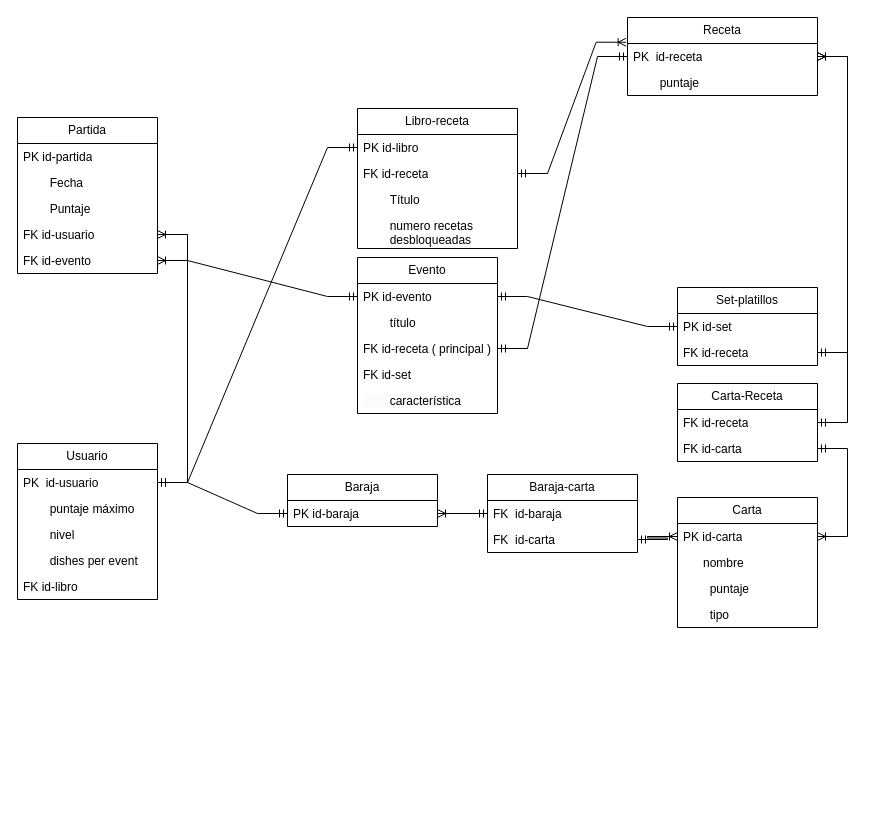
The draw.io diagram Game_DB/EntidadRelación.drawio in Emilio-Ramirez/GAME_TEAM, before the edit. Source tidied: cells renumbered, new cells numbered last; positions are measured from the earlier drawing's top-left corner, leaving out a move shared by most shapes. Both pictures are drawn from the tidied source at 100%, with x=0, y=0 at pixel (17, 17).
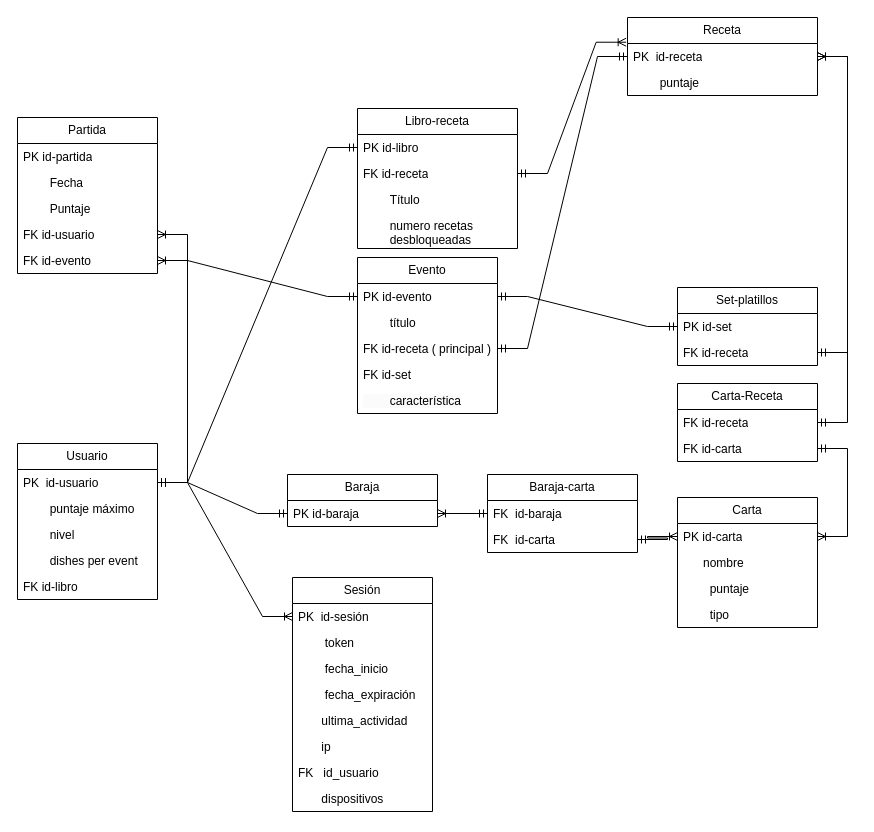
The same page after the edit.

Commit message:
Tabla sesion añadida

Unchanged cells that the change refers to:
```xml
<mxCell id="3" value="PK&amp;nbsp; id-usuario" style="text;strokeColor=none;fillColor=none;align=left;verticalAlign=top;spacingLeft=4;spacingRight=4;overflow=hidden;points=[[0,0.5],[1,0.5]];portConstraint=eastwest;whiteSpace=wrap;html=1;" parent="2" vertex="1">
  <mxGeometry y="26" width="140" height="26" as="geometry" />
</mxCell>
```

Diff of the diagram source:
```diff
@@
+    <mxCell id="56" value="Sesión" style="swimlane;fontStyle=0;horizontal=1;startSize=26;fillColor=none;whiteSpace=wrap;html=1;" parent="1" vertex="1">
+      <mxGeometry x="275" y="560" width="140" height="234" as="geometry" />
+    </mxCell>
+    <mxCell id="57" value="PK&amp;nbsp; id-sesión" style="text;strokeColor=none;fillColor=none;align=left;verticalAlign=top;spacingLeft=4;spacingRight=4;overflow=hidden;points=[[0,0.5],[1,0.5]];portConstraint=eastwest;whiteSpace=wrap;html=1;" parent="56" vertex="1">
+      <mxGeometry y="26" width="140" height="26" as="geometry" />
+    </mxCell>
+    <mxCell id="58" value="&lt;span style=&quot;white-space: pre;&quot;&gt;&#9;&lt;/span&gt;token" style="text;strokeColor=none;fillColor=none;align=left;verticalAlign=top;spacingLeft=4;spacingRight=4;overflow=hidden;whiteSpace=wrap;html=1;" parent="56" vertex="1">
+      <mxGeometry y="52" width="140" height="26" as="geometry" />
+    </mxCell>
+    <mxCell id="59" value="&lt;span style=&quot;white-space: pre;&quot;&gt;&#9;&lt;/span&gt;fecha_inicio" style="text;strokeColor=none;fillColor=none;align=left;verticalAlign=top;spacingLeft=4;spacingRight=4;overflow=hidden;whiteSpace=wrap;html=1;" parent="56" vertex="1">
+      <mxGeometry y="78" width="140" height="26" as="geometry" />
+    </mxCell>
+    <mxCell id="60" value="&lt;span style=&quot;white-space: pre;&quot;&gt;&#9;&lt;/span&gt;fecha_expiración" style="text;strokeColor=none;fillColor=none;align=left;verticalAlign=top;spacingLeft=4;spacingRight=4;overflow=hidden;whiteSpace=wrap;html=1;" parent="56" vertex="1">
+      <mxGeometry y="104" width="140" height="26" as="geometry" />
+    </mxCell>
+    <mxCell id="61" value="&amp;nbsp; &amp;nbsp; &amp;nbsp; &amp;nbsp;ultima_actividad" style="text;strokeColor=none;fillColor=none;align=left;verticalAlign=top;spacingLeft=4;spacingRight=4;overflow=hidden;whiteSpace=wrap;html=1;" parent="56" vertex="1">
+      <mxGeometry y="130" width="140" height="26" as="geometry" />
+    </mxCell>
+    <mxCell id="62" value="&amp;nbsp; &amp;nbsp; &amp;nbsp; &amp;nbsp;ip" style="text;strokeColor=none;fillColor=none;align=left;verticalAlign=top;spacingLeft=4;spacingRight=4;overflow=hidden;whiteSpace=wrap;html=1;" parent="56" vertex="1">
+      <mxGeometry y="156" width="140" height="26" as="geometry" />
+    </mxCell>
+    <mxCell id="63" value="FK&amp;nbsp; &amp;nbsp;id_usuario" style="text;strokeColor=none;fillColor=none;align=left;verticalAlign=top;spacingLeft=4;spacingRight=4;overflow=hidden;whiteSpace=wrap;html=1;" parent="56" vertex="1">
+      <mxGeometry y="182" width="140" height="26" as="geometry" />
+    </mxCell>
+    <mxCell id="64" value="&amp;nbsp; &amp;nbsp; &amp;nbsp; &amp;nbsp;dispositivos" style="text;strokeColor=none;fillColor=none;align=left;verticalAlign=top;spacingLeft=4;spacingRight=4;overflow=hidden;whiteSpace=wrap;html=1;" parent="56" vertex="1">
+      <mxGeometry y="208" width="140" height="26" as="geometry" />
+    </mxCell>
+    <mxCell id="65" style="edgeStyle=entityRelationEdgeStyle;fontSize=12;html=1;endArrow=ERoneToMany;startArrow=ERmandOne;rounded=0;entryX=0;entryY=0.5;entryDx=0;entryDy=0;" parent="1" edge="1" source="3" target="57">
+      <mxGeometry relative="1" as="geometry" />
+    </mxCell>
```
